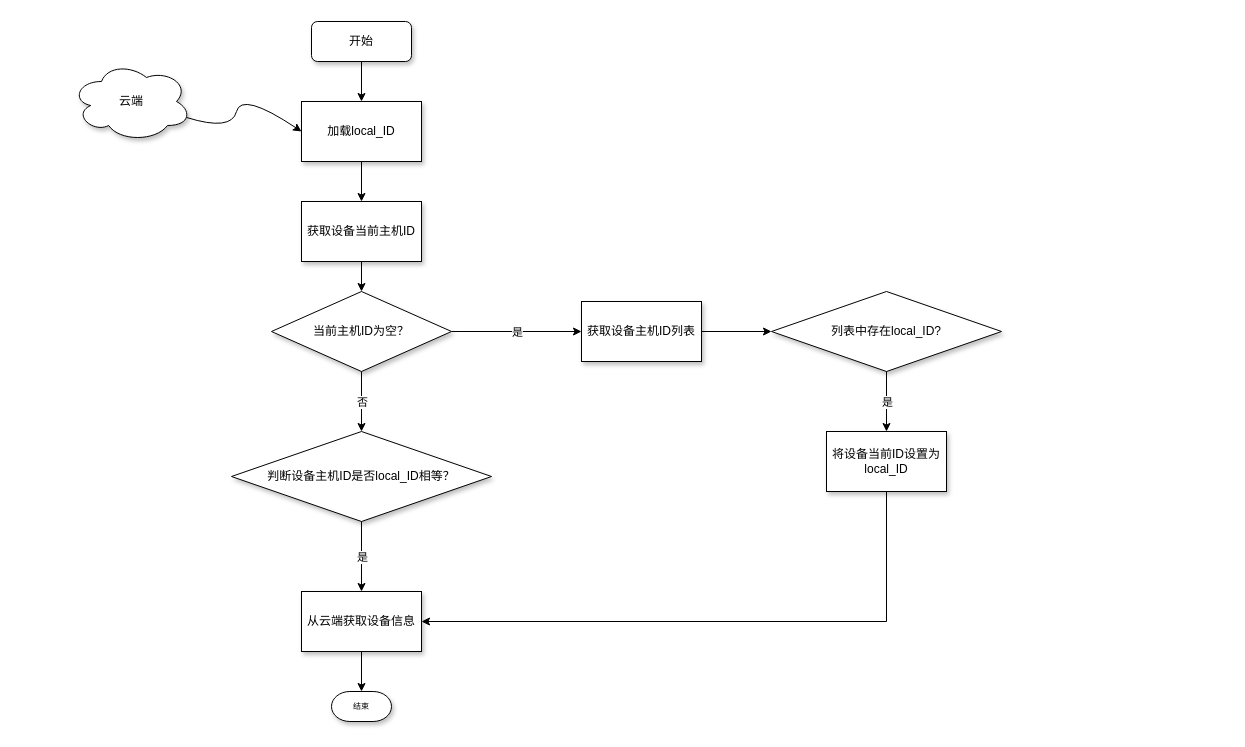
Above: 2.drawio in LoganChan1990/git_skills (draw.io), before the change. Source tidied: cells renumbered, new cells numbered last; positions are measured from the earlier drawing's top-left corner, leaving out a move shared by most shapes. Both pictures are drawn from the tidied source at 100%, with x=0, y=0 at pixel (71, 21).
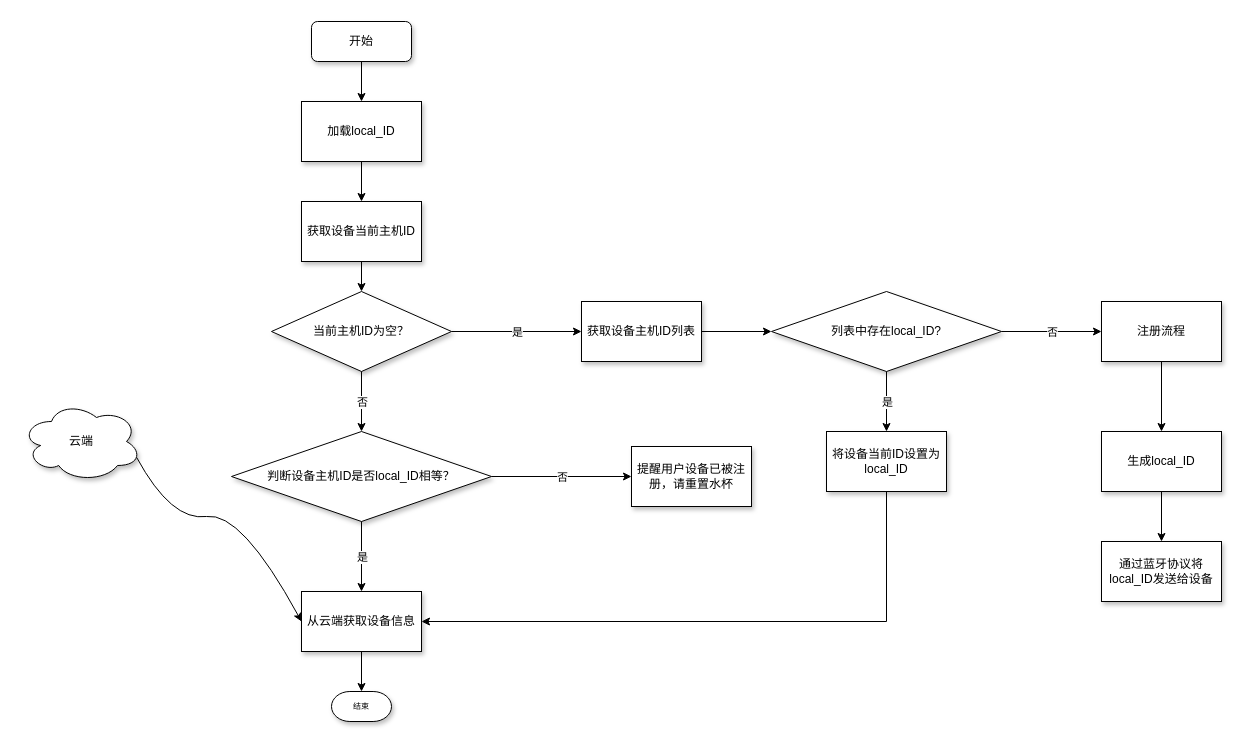
After the change.

The change refers to these unchanged cells:
```xml
<mxCell id="11" value="判断设备主机ID是否local_ID相等？" style="rhombus;whiteSpace=wrap;html=1;shadow=1;" parent="1" vertex="1">
  <mxGeometry x="160" y="410" width="260" height="90" as="geometry" />
</mxCell>
<mxCell id="12" value="从云端获取设备信息" style="rounded=0;whiteSpace=wrap;html=1;gradientColor=none;shadow=1;" parent="1" vertex="1">
  <mxGeometry x="230" y="570" width="120" height="60" as="geometry" />
</mxCell>
<mxCell id="24" value="加载local_ID" style="rounded=0;whiteSpace=wrap;html=1;shadow=1;gradientColor=none;" parent="1" vertex="1">
  <mxGeometry x="230" y="80" width="120" height="60" as="geometry" />
</mxCell>
```

Change to the diagram source:
```diff
@@
     <mxCell id="27" value="云端" style="ellipse;shape=cloud;whiteSpace=wrap;html=1;shadow=1;gradientColor=none;" parent="1" vertex="1">
-      <mxGeometry y="40" width="120" height="80" as="geometry" />
+      <mxGeometry x="-50" y="380" width="120" height="80" as="geometry" />
     </mxCell>
-    <mxCell id="28" style="curved=1;endArrow=classic;html=1;rounded=0;entryX=0;entryY=0.5;entryDx=0;entryDy=0;exitX=0.96;exitY=0.7;exitDx=0;exitDy=0;exitPerimeter=0;" parent="1" edge="1" source="27" target="24">
+    <mxCell id="28" style="curved=1;endArrow=classic;html=1;rounded=0;entryX=0;entryY=0.5;entryDx=0;entryDy=0;exitX=0.96;exitY=0.7;exitDx=0;exitDy=0;exitPerimeter=0;" parent="1" edge="1" source="27" target="12">
       <mxGeometry relative="1" as="geometry">
         <Array as="points">
-          <mxPoint x="160" y="110" />
-          <mxPoint x="170" y="70" />
+          <mxPoint x="100" y="500" />
+          <mxPoint x="170" y="490" />
         </Array>
       </mxGeometry>
     </mxCell>
+    <mxCell id="29" value="注册流程" style="rounded=0;whiteSpace=wrap;html=1;shadow=1;gradientColor=none;" parent="1" vertex="1">
+      <mxGeometry x="1030" y="280" width="120" height="60" as="geometry" />
+    </mxCell>
+    <mxCell id="30" style="endArrow=classic;html=1;rounded=0;" parent="1" edge="1">
+      <mxGeometry relative="1" as="geometry">
+        <mxPoint x="930" y="310" as="sourcePoint" />
+        <mxPoint x="1030" y="310" as="targetPoint" />
+      </mxGeometry>
+    </mxCell>
+    <mxCell id="31" value="否" style="edgeLabel;html=1;align=center;verticalAlign=middle;shadow=1;gradientColor=none;" parent="30" vertex="1">
+      <mxGeometry relative="1" as="geometry" />
+    </mxCell>
+    <mxCell id="32" value="提醒用户设备已被注册，请重置水杯" style="rounded=0;whiteSpace=wrap;html=1;shadow=1;gradientColor=none;" parent="1" vertex="1">
+      <mxGeometry x="560" y="425" width="120" height="60" as="geometry" />
+    </mxCell>
+    <mxCell id="33" style="endArrow=classic;html=1;rounded=0;entryX=0;entryY=0.5;entryDx=0;entryDy=0;" parent="1" edge="1" source="11" target="32">
+      <mxGeometry relative="1" as="geometry" />
+    </mxCell>
+    <mxCell id="34" value="否" style="edgeLabel;html=1;align=center;verticalAlign=middle;shadow=1;gradientColor=none;" parent="33" vertex="1">
+      <mxGeometry relative="1" as="geometry" />
+    </mxCell>
+    <mxCell id="35" value="生成local_ID" style="rounded=0;whiteSpace=wrap;html=1;shadow=1;gradientColor=none;" parent="1" vertex="1">
+      <mxGeometry x="1030" y="410" width="120" height="60" as="geometry" />
+    </mxCell>
+    <mxCell id="36" style="endArrow=classic;html=1;rounded=0;exitX=0.5;exitY=1;exitDx=0;exitDy=0;" parent="1" edge="1" source="29" target="35">
+      <mxGeometry relative="1" as="geometry" />
+    </mxCell>
+    <mxCell id="37" value="通过蓝牙协议将local_ID发送给设备" style="rounded=0;whiteSpace=wrap;html=1;shadow=1;gradientColor=none;" parent="1" vertex="1">
+      <mxGeometry x="1030" y="520" width="120" height="60" as="geometry" />
+    </mxCell>
+    <mxCell id="38" style="endArrow=classic;html=1;rounded=0;exitX=0.5;exitY=1;exitDx=0;exitDy=0;entryX=0.5;entryY=0;entryDx=0;entryDy=0;" parent="1" edge="1" source="35" target="37">
+      <mxGeometry relative="1" as="geometry" />
+    </mxCell>
```
